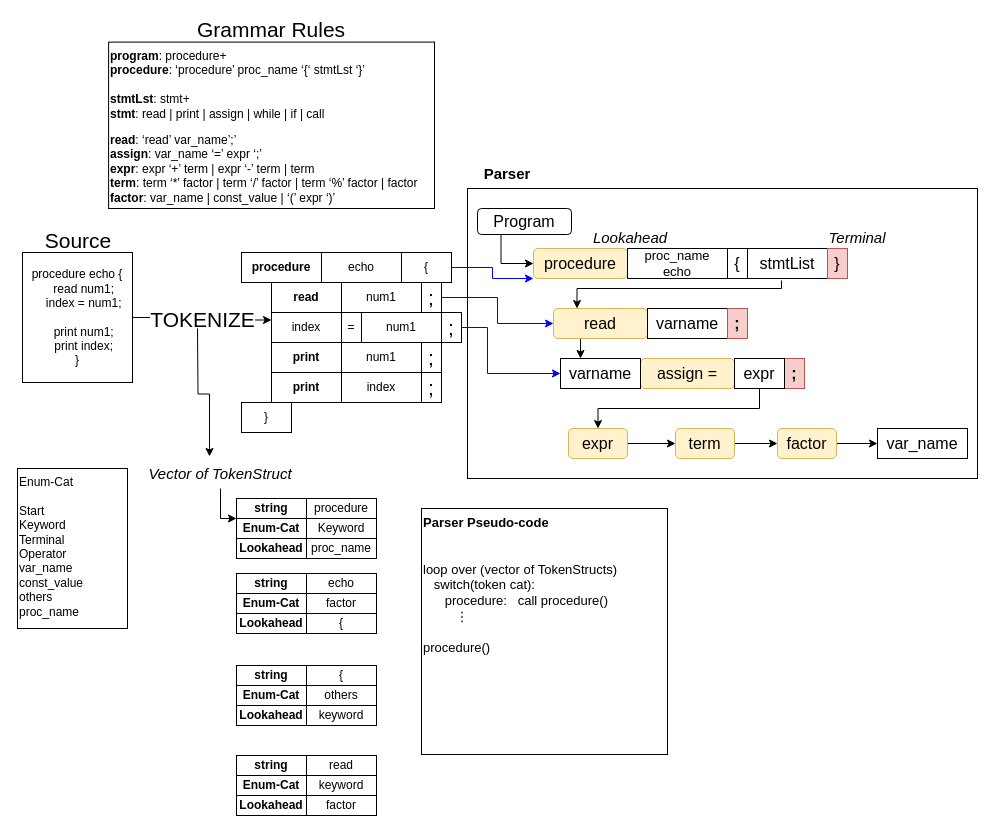
Release-the-Baby/Rtba2014 keeps this draw.io diagram as page "Parsing" (2 of 5) of drawings/TopDesign.drawio. Above is the earlier version. Source tidied: cells renumbered, new cells numbered last; positions are measured from the earlier drawing's top-left corner, leaving out a move shared by most shapes. Both pictures are drawn from the tidied source at 100%, with x=0, y=0 at pixel (17, 18).
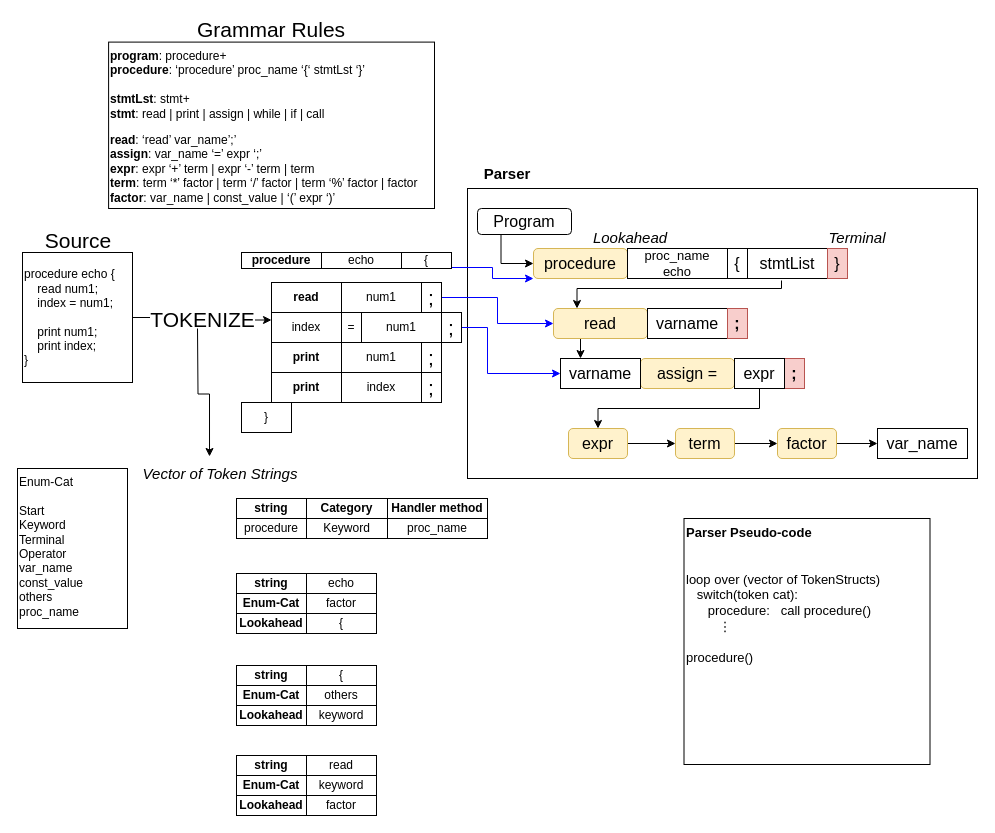
Above is the later version.

Unchanged cells that the change refers to:
```xml
<mxCell id="26" style="group;" parent="1" vertex="1">
  <mxGeometry x="5" y="207" width="111" height="157" as="geometry" />
</mxCell>
```

What changed in the source:
```diff
@@
     <mxCell id="4" value="procedure" style="rounded=0;whiteSpace=wrap;html=1;fontStyle=1;fillColor=none;" parent="1" vertex="1">
-      <mxGeometry x="224" y="234" width="80" height="30" as="geometry" />
+      <mxGeometry x="224" y="234" width="80" height="16" as="geometry" />
     </mxCell>
@@
     <mxCell id="7" value="echo" style="rounded=0;whiteSpace=wrap;html=1;fontStyle=0;fillColor=none;" parent="1" vertex="1">
-      <mxGeometry x="304" y="234" width="80" height="30" as="geometry" />
+      <mxGeometry x="304" y="234" width="80" height="16" as="geometry" />
     </mxCell>
@@
     <mxCell id="10" value="{" style="rounded=0;whiteSpace=wrap;html=1;fontStyle=0;fillColor=none;strokeColor=#000000;" parent="1" vertex="1">
-      <mxGeometry x="384" y="234" width="50" height="30" as="geometry" />
+      <mxGeometry x="384" y="234" width="50" height="16" as="geometry" />
     </mxCell>
@@
-    <mxCell id="27" value="procedure echo {&#10;    read num1;&#10;    index = num1;&#10;    &#10;    print num1;&#10;    print index;&#10;}" style="text;html=1;strokeColor=default;fillColor=none;align=center;verticalAlign=middle;whiteSpace=wrap;rounded=0;" parent="26" vertex="1">
+    <mxCell id="27" value="procedure echo {&#10;&amp;nbsp;&amp;nbsp;&amp;nbsp; read num1;&#10;&amp;nbsp;&amp;nbsp;&amp;nbsp; index = num1;&#10;&amp;nbsp;&amp;nbsp; &amp;nbsp;&#10;&amp;nbsp;&amp;nbsp;&amp;nbsp; print num1;&#10;&amp;nbsp;&amp;nbsp;&amp;nbsp; print index;&#10;}" style="text;html=1;strokeColor=default;fillColor=none;align=left;verticalAlign=middle;whiteSpace=wrap;rounded=0;" parent="26" vertex="1">
       <mxGeometry y="27" width="110" height="130" as="geometry" />
     </mxCell>
@@
-    <mxCell id="57" style="edgeStyle=orthogonalEdgeStyle;rounded=0;jumpSize=9;jettySize=auto;html=1;fontSize=13;strokeColor=#000000;entryX=0;entryY=0;entryDx=0;entryDy=0;" parent="1" edge="1" source="58" target="66">
-      <mxGeometry relative="1" as="geometry">
-        <Array as="points">
-          <mxPoint x="203" y="500" />
-        </Array>
-      </mxGeometry>
-    </mxCell>
-    <mxCell id="58" value="Vector of TokenStruct" style="text;html=1;strokeColor=none;fillColor=none;align=center;verticalAlign=middle;whiteSpace=wrap;rounded=0;fontSize=15;fontStyle=2;" parent="1" vertex="1">
+    <mxCell id="58" value="Vector of Token Strings" style="text;html=1;strokeColor=none;fillColor=none;align=center;verticalAlign=middle;whiteSpace=wrap;rounded=0;fontSize=15;fontStyle=2;" parent="1" vertex="1">
       <mxGeometry x="110" y="440" width="186" height="30" as="geometry" />
     </mxCell>
@@
     <mxCell id="60" value="&lt;div&gt;&lt;b&gt;Parser Pseudo-code&lt;/b&gt; &lt;br&gt;&lt;/div&gt;&lt;div&gt;&lt;br&gt;&lt;/div&gt;&lt;div&gt;&lt;br&gt;&lt;/div&gt;&lt;div&gt;loop over (vector of TokenStructs)&amp;nbsp;&lt;/div&gt;&lt;div&gt;&amp;nbsp;&amp;nbsp; switch(token cat):&lt;/div&gt;&lt;div&gt;&amp;nbsp;&amp;nbsp;&amp;nbsp;&amp;nbsp;&amp;nbsp; procedure:&amp;nbsp;&amp;nbsp; call procedure()&lt;/div&gt;&lt;div&gt;&amp;nbsp;&amp;nbsp;&amp;nbsp;&amp;nbsp;&amp;nbsp;&amp;nbsp;&amp;nbsp;&amp;nbsp; ⋮&lt;/div&gt;&lt;div&gt;&lt;b&gt;&lt;br&gt;&lt;/b&gt;&lt;/div&gt;&lt;div&gt;procedure()&lt;/div&gt;&lt;div&gt;&lt;b&gt;&amp;nbsp;&amp;nbsp;&amp;nbsp;&amp;nbsp; &lt;br&gt;&lt;/b&gt;&lt;/div&gt;&lt;div&gt;&amp;nbsp;&amp;nbsp;&amp;nbsp;&amp;nbsp;&amp;nbsp;&amp;nbsp;&amp;nbsp;&amp;nbsp;&amp;nbsp;&amp;nbsp; &lt;br&gt;&lt;/div&gt;" style="whiteSpace=wrap;html=1;fontSize=13;strokeColor=default;strokeWidth=1;fillColor=none;align=left;verticalAlign=top;" parent="1" vertex="1">
-      <mxGeometry x="404" y="490" width="246" height="246" as="geometry" />
+      <mxGeometry x="666.5" y="500" width="246" height="246" as="geometry" />
     </mxCell>
@@
-    <mxCell id="66" value="Enum-Cat" style="rounded=0;whiteSpace=wrap;html=1;fontStyle=1;fillColor=none;" parent="1" vertex="1">
-      <mxGeometry x="219" y="500" width="70" height="20" as="geometry" />
+    <mxCell id="66" value="Category" style="rounded=0;whiteSpace=wrap;html=1;fontStyle=1;fillColor=none;" parent="1" vertex="1">
+      <mxGeometry x="289" y="480" width="81" height="20" as="geometry" />
     </mxCell>
     <mxCell id="67" value="procedure" style="rounded=0;whiteSpace=wrap;html=1;fontStyle=0;fillColor=none;" parent="1" vertex="1">
-      <mxGeometry x="289" y="480" width="70" height="20" as="geometry" />
+      <mxGeometry x="219" y="500" width="70" height="20" as="geometry" />
     </mxCell>
     <mxCell id="68" value="Keyword" style="rounded=0;whiteSpace=wrap;html=1;fontStyle=0;fillColor=none;" parent="1" vertex="1">
-      <mxGeometry x="289" y="500" width="70" height="20" as="geometry" />
+      <mxGeometry x="289" y="500" width="81" height="20" as="geometry" />
     </mxCell>
-    <mxCell id="69" value="Lookahead" style="rounded=0;whiteSpace=wrap;html=1;fontStyle=1;fillColor=none;" parent="1" vertex="1">
-      <mxGeometry x="219" y="520" width="70" height="20" as="geometry" />
+    <mxCell id="69" value="Handler method" style="rounded=0;whiteSpace=wrap;html=1;fontStyle=1;fillColor=none;" parent="1" vertex="1">
+      <mxGeometry x="370" y="480" width="100" height="20" as="geometry" />
     </mxCell>
     <mxCell id="70" value="proc_name" style="rounded=0;whiteSpace=wrap;html=1;fontStyle=0;fillColor=none;" parent="1" vertex="1">
-      <mxGeometry x="289" y="520" width="70" height="20" as="geometry" />
+      <mxGeometry x="370" y="500" width="100" height="20" as="geometry" />
     </mxCell>
```
